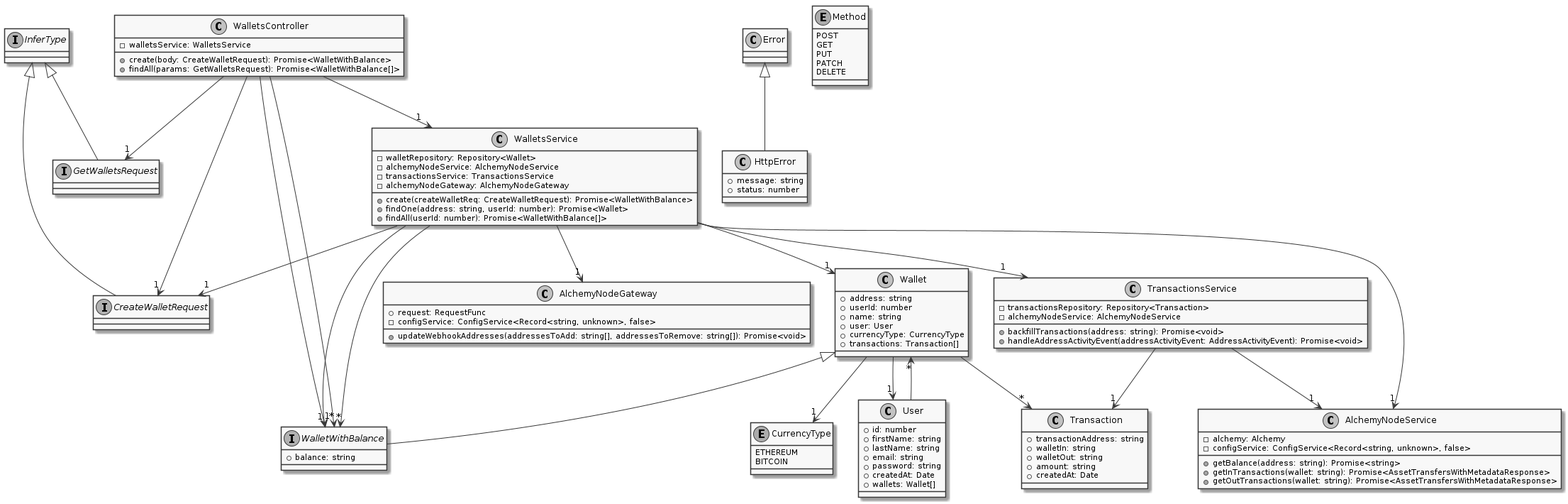
Earlier version of the PlantUML export packages/docs/diagrams/generated/class_diagram_eth-edge_wallets.png (SOEN-490-Capstone/Cryptify).
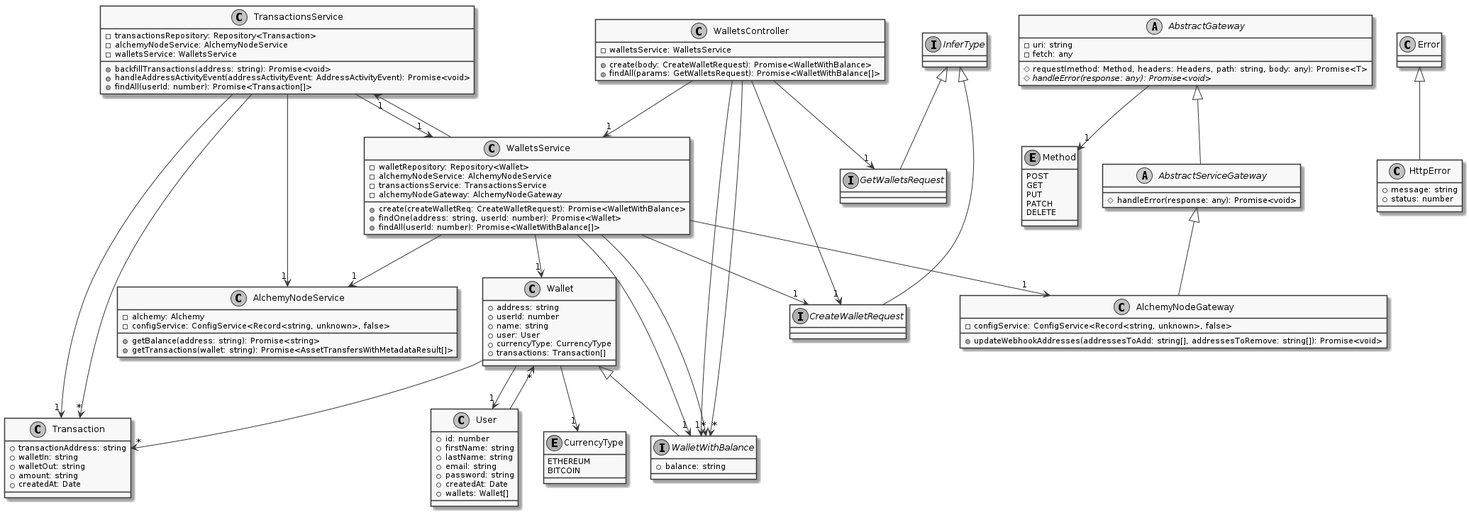
After the change.

The edit, as a diff of the source:
```diff
@@ -33,8 +33,7 @@
     -alchemy: Alchemy
     -configService: ConfigService<Record<string, unknown>, false>
     +getBalance(address: string): Promise<string>
-    +getInTransactions(wallet: string): Promise<AssetTransfersWithMetadataResponse>
-    +getOutTransactions(wallet: string): Promise<AssetTransfersWithMetadataResponse>
+    +getTransactions(wallet: string): Promise<AssetTransfersWithMetadataResult[]>
 }
 interface WalletWithBalance extends Wallet {
     +balance: string
@@ -42,12 +41,16 @@
 class TransactionsService {
     -transactionsRepository: Repository<Transaction>
     -alchemyNodeService: AlchemyNodeService
+    -walletsService: WalletsService
     +backfillTransactions(address: string): Promise<void>
     +handleAddressActivityEvent(addressActivityEvent: AddressActivityEvent): Promise<void>
+    +findAll(userId: number): Promise<Transaction[]>
 }
-class HttpError extends Error {
-    +message: string
-    +status: number
+abstract class AbstractGateway {
+    -uri: string
+    -fetch: any
+    #request(method: Method, headers: Headers, path: string, body: any): Promise<T>
+    #{abstract} handleError(response: any): Promise<void>
 }
 enum Method {
     POST
@@ -56,8 +59,14 @@
     PATCH
     DELETE
 }
-class AlchemyNodeGateway {
-    +request: RequestFunc
+class HttpError extends Error {
+    +message: string
+    +status: number
+}
+abstract class AbstractServiceGateway extends AbstractGateway {
+    #handleError(response: any): Promise<void>
+}
+class AlchemyNodeGateway extends AbstractServiceGateway {
     -configService: ConfigService<Record<string, unknown>, false>
     +updateWebhookAddresses(addressesToAdd: string[], addressesToRemove: string[]): Promise<void>
 }
@@ -82,6 +91,9 @@
 Wallet --> "*" Transaction
 TransactionsService --> "1" Transaction
 TransactionsService --> "1" AlchemyNodeService
+TransactionsService --> "1" WalletsService
+TransactionsService --> "*" Transaction
+AbstractGateway --> "1" Method
 WalletsService --> "1" Wallet
 WalletsService --> "1" AlchemyNodeService
 WalletsService --> "1" TransactionsService
```
